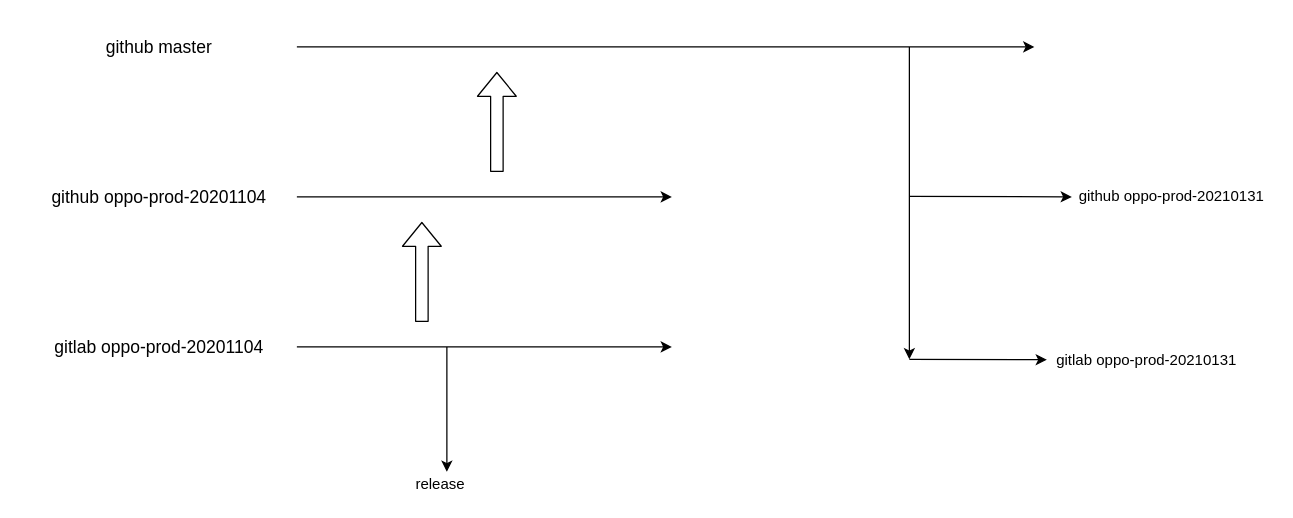
Above: chubaofs/src/code_merge_flow.drawio in shuoranliu/drawio (draw.io), before the change. Source tidied: cells renumbered, new cells numbered last; positions are measured from the earlier drawing's top-left corner, leaving out a move shared by most shapes. Both pictures are drawn from the tidied source at 125%, with x=0, y=0 at pixel (21, 21).
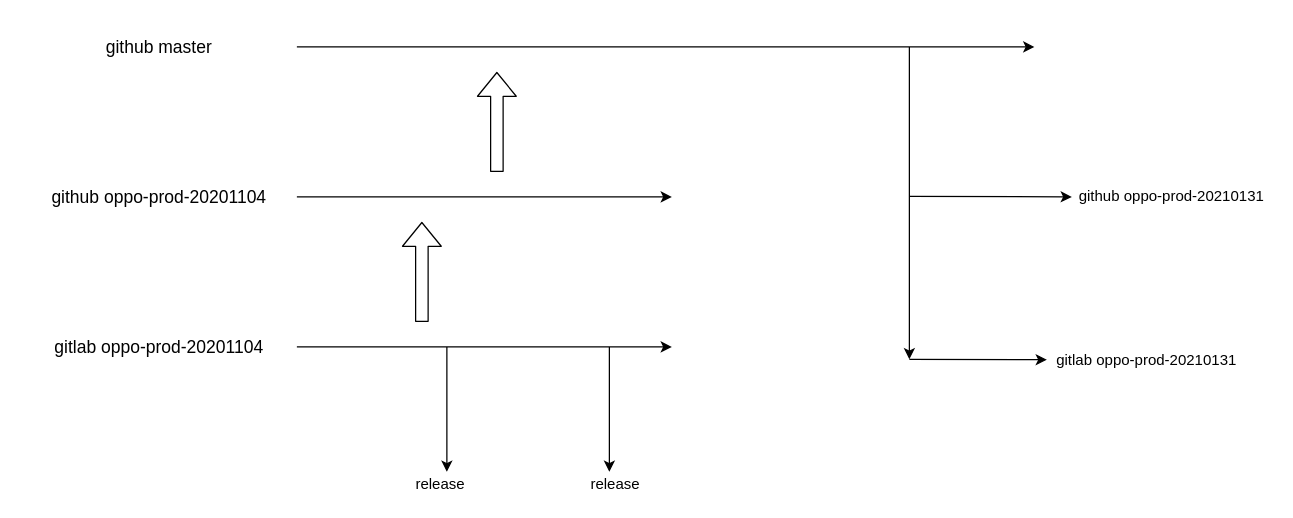
Above is the later version.

The edit, as a diff of the source:
```diff
@@
+    <mxCell id="17" style="endArrow=classic;html=1;" parent="1" edge="1">
+      <mxGeometry relative="1" as="geometry">
+        <mxPoint x="470" y="260" as="sourcePoint" />
+        <mxPoint x="470" y="360" as="targetPoint" />
+      </mxGeometry>
+    </mxCell>
+    <mxCell id="18" value="release" style="text;html=1;strokeColor=none;fillColor=none;align=center;verticalAlign=middle;whiteSpace=wrap;rounded=0;" parent="1" vertex="1">
+      <mxGeometry x="430" y="360" width="90" height="20" as="geometry" />
+    </mxCell>
```
